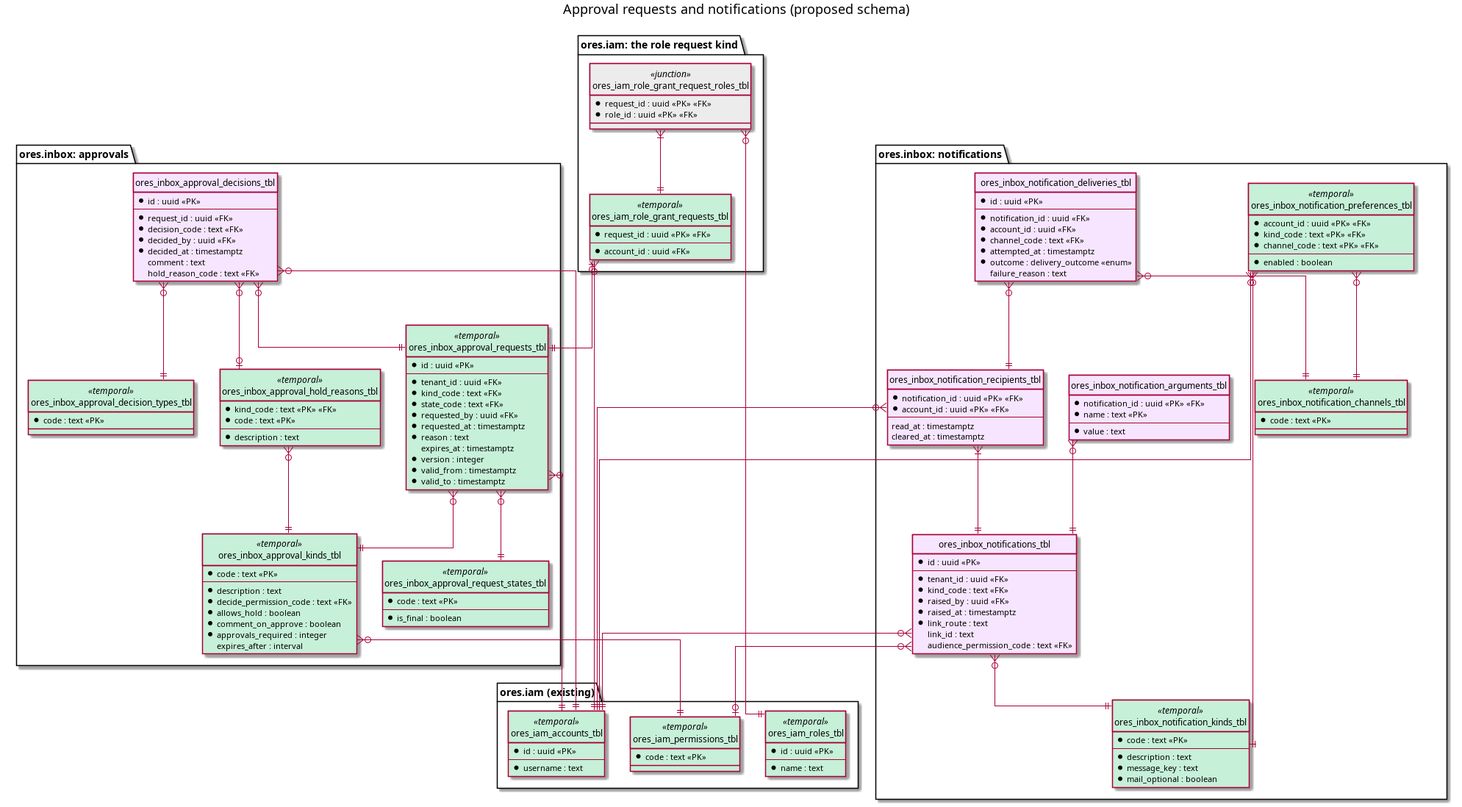
The PlantUML diagram doc/knowledge/architecture/approval_and_notification_schema.png in OreStudio/OreStudio, before a commit. Its source is kept beside it as doc/knowledge/architecture/approval_and_notification_schema.puml.
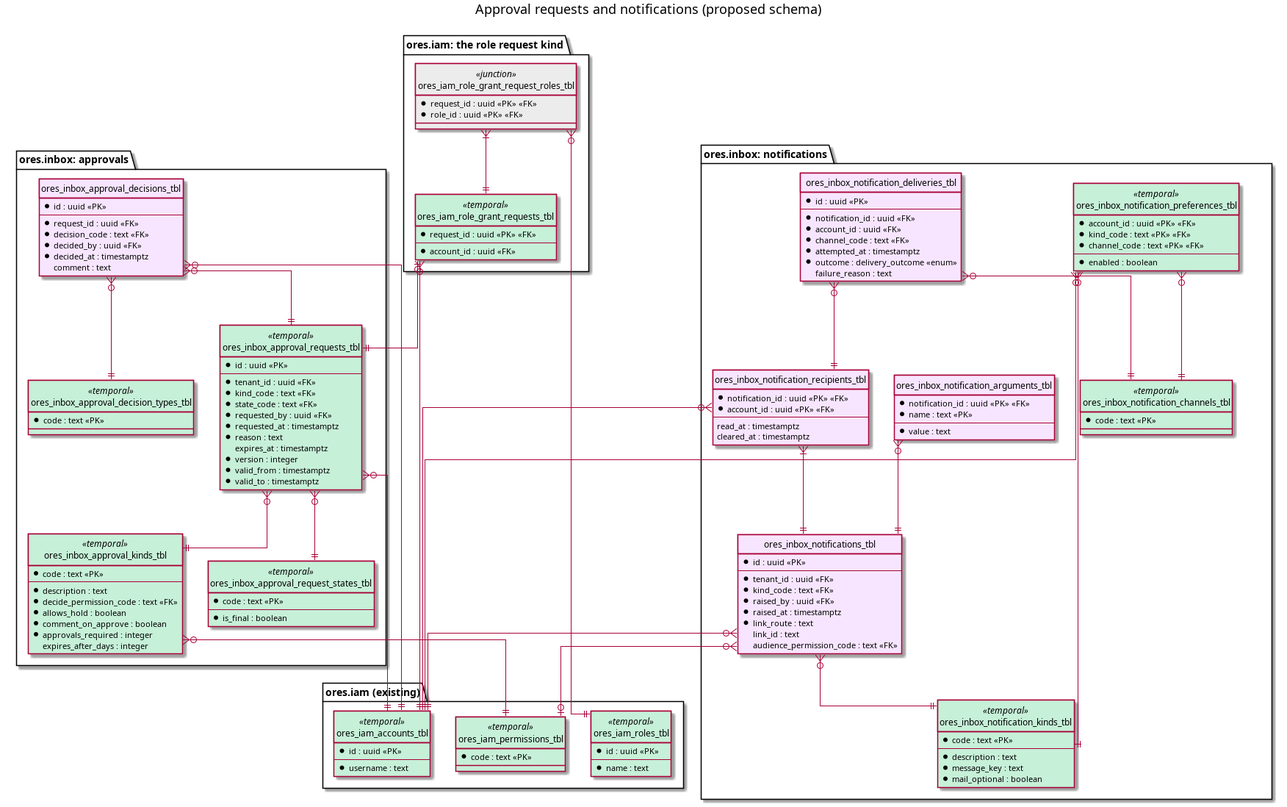
After the change.

Commit message:
[agile] Close the scaffold and the approval and notification model tasks

The edit, as a diff of the source:
```diff
@@ -29,7 +29,7 @@
     * allows_hold : boolean
     * comment_on_approve : boolean
     * approvals_required : integer
-    expires_after : interval
+    expires_after_days : integer
   }
   entity ores_inbox_approval_request_states_tbl <<temporal>> #C6F0D8 {
     * code : text <<PK>>
@@ -38,12 +38,6 @@
   }
   entity ores_inbox_approval_decision_types_tbl <<temporal>> #C6F0D8 {
     * code : text <<PK>>
-  }
-  entity ores_inbox_approval_hold_reasons_tbl <<temporal>> #C6F0D8 {
-    * kind_code : text <<PK>> <<FK>>
-    * code : text <<PK>>
-    --
-    * description : text
   }
   entity ores_inbox_approval_requests_tbl <<temporal>> #C6F0D8 {
     * id : uuid <<PK>>
@@ -67,7 +61,6 @@
     * decided_by : uuid <<FK>>
     * decided_at : timestamptz
     comment : text
-    hold_reason_code : text <<FK>>
   }
 }
 
@@ -141,11 +134,9 @@
 ores_inbox_approval_requests_tbl }o--|| ores_inbox_approval_kinds_tbl
 ores_inbox_approval_requests_tbl }o--|| ores_inbox_approval_request_states_tbl
 ores_inbox_approval_requests_tbl }o--|| ores_iam_accounts_tbl
-ores_inbox_approval_hold_reasons_tbl }o--|| ores_inbox_approval_kinds_tbl
 ores_inbox_approval_decisions_tbl }o--|| ores_inbox_approval_requests_tbl
 ores_inbox_approval_decisions_tbl }o--|| ores_inbox_approval_decision_types_tbl
 ores_inbox_approval_decisions_tbl }o--|| ores_iam_accounts_tbl
-ores_inbox_approval_decisions_tbl }o--o| ores_inbox_approval_hold_reasons_tbl
 ores_iam_role_grant_requests_tbl |o--|| ores_inbox_approval_requests_tbl
 ores_iam_role_grant_requests_tbl }o--|| ores_iam_accounts_tbl
 ores_iam_role_grant_request_roles_tbl }|--|| ores_iam_role_grant_requests_tbl
```
